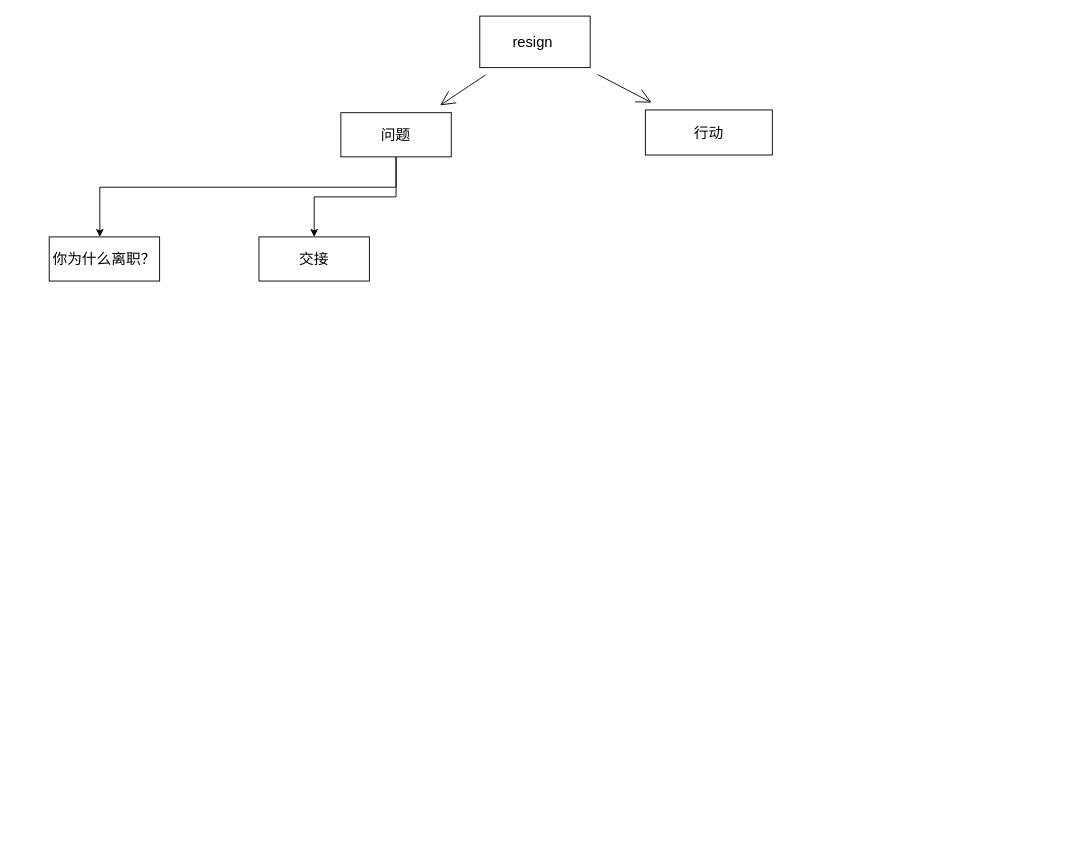
Above: 我是测试的.drawio in cyrious-007/logseq_1 (draw.io), before the change. Source tidied: cells renumbered, new cells numbered last; positions are measured from the earlier drawing's top-left corner, leaving out a move shared by most shapes. Both pictures are drawn from the tidied source at 92%, with x=0, y=0 at pixel (49, 16).
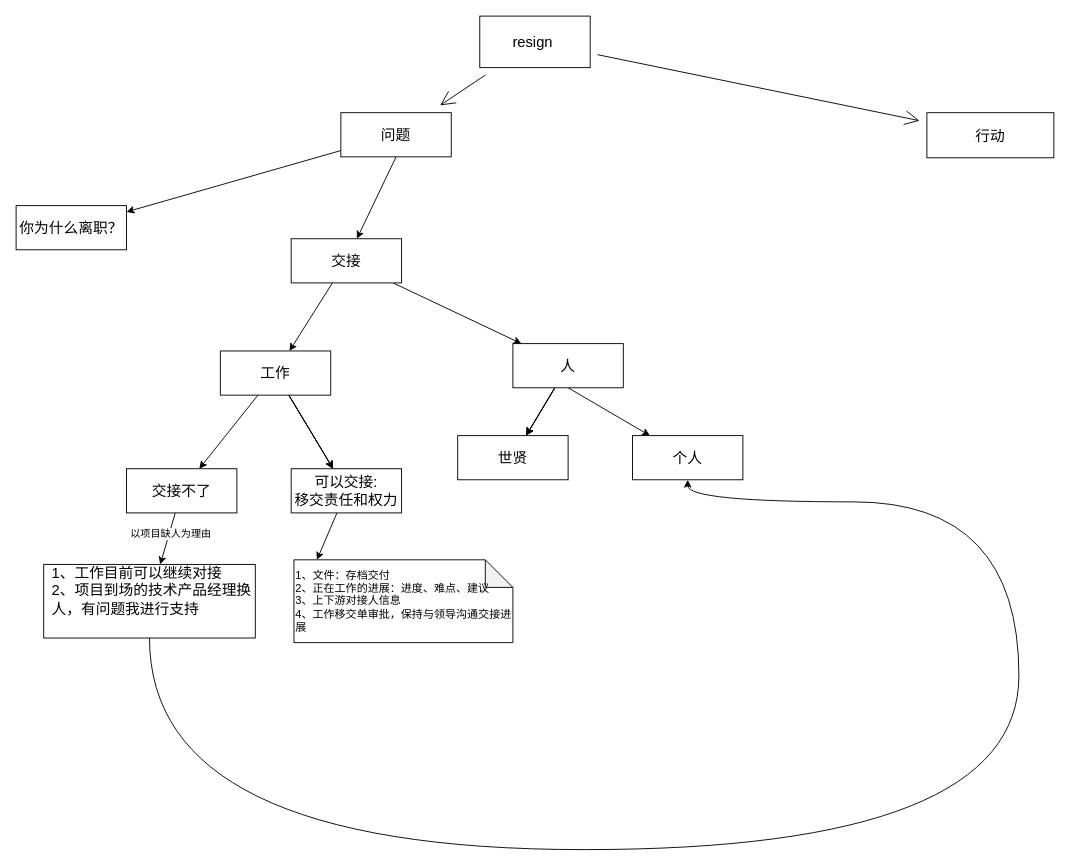
The same diagram, later.

Commit message:
更新我是测试的.drawio

Unchanged cells that the change refers to:
```xml
<mxCell id="4" value="resign&amp;nbsp;" style="whiteSpace=wrap;html=1;fontSize=16;" parent="1" vertex="1">
  <mxGeometry x="468" width="120" height="56" as="geometry" />
</mxCell>
<mxCell id="7" value="问题" style="whiteSpace=wrap;html=1;fontSize=16;" parent="1" vertex="1">
  <mxGeometry x="317" y="105" width="120" height="48" as="geometry" />
</mxCell>
```

What changed in the source:
```diff
@@
-    <mxCell id="2" style="edgeStyle=none;curved=1;rounded=0;jettySize=auto;html=1;fontSize=12;endArrow=open;startSize=14;endSize=14;sourcePerimeterSpacing=8;targetPerimeterSpacing=8;" parent="1" edge="1" source="4" target="7">
+    <mxCell id="2" style="rounded=1;jettySize=auto;html=1;fontSize=12;endArrow=open;startSize=14;endSize=14;sourcePerimeterSpacing=8;targetPerimeterSpacing=8;" parent="1" edge="1" source="4" target="7">
       <mxGeometry relative="1" as="geometry" />
     </mxCell>
-    <mxCell id="3" style="edgeStyle=none;curved=1;rounded=0;jettySize=auto;html=1;fontSize=12;endArrow=open;startSize=14;endSize=14;sourcePerimeterSpacing=8;targetPerimeterSpacing=8;" parent="1" edge="1" source="4" target="8">
+    <mxCell id="3" style="rounded=1;jettySize=auto;html=1;fontSize=12;endArrow=open;startSize=14;endSize=14;sourcePerimeterSpacing=8;targetPerimeterSpacing=8;" parent="1" edge="1" source="4" target="8">
       <mxGeometry relative="1" as="geometry" />
     </mxCell>
@@
-    <mxCell id="5" style="edgeStyle=orthogonalEdgeStyle;rounded=0;jettySize=auto;html=1;" parent="1" edge="1" source="7" target="9">
-      <mxGeometry relative="1" as="geometry">
-        <Array as="points">
-          <mxPoint x="377" y="186" />
-          <mxPoint x="55" y="186" />
-        </Array>
-      </mxGeometry>
+    <mxCell id="5" style="rounded=1;jettySize=auto;html=1;" parent="1" edge="1" source="7" target="9">
+      <mxGeometry relative="1" as="geometry" />
     </mxCell>
-    <mxCell id="6" style="edgeStyle=orthogonalEdgeStyle;rounded=0;jettySize=auto;html=1;exitX=0.5;exitY=1;exitDx=0;exitDy=0;" parent="1" edge="1" source="7" target="10">
+    <mxCell id="6" style="rounded=1;jettySize=auto;html=1;exitX=0.5;exitY=1;exitDx=0;exitDy=0;" parent="1" edge="1" source="7" target="10">
       <mxGeometry relative="1" as="geometry" />
     </mxCell>
@@
     <mxCell id="8" value="行动" style="whiteSpace=wrap;html=1;fontSize=16;" parent="1" vertex="1">
-      <mxGeometry x="648" y="102" width="138" height="49" as="geometry" />
+      <mxGeometry x="954" y="105" width="138" height="49" as="geometry" />
     </mxCell>
     <mxCell id="9" value="你为什么离职？" style="whiteSpace=wrap;html=1;fontSize=16;" parent="1" vertex="1">
-      <mxGeometry y="240" width="120" height="48" as="geometry" />
+      <mxGeometry x="-36" y="206" width="120" height="48" as="geometry" />
     </mxCell>
+    <mxCell id="11" style="rounded=1;jettySize=auto;html=1;" parent="1" edge="1" source="10" target="17">
+      <mxGeometry relative="1" as="geometry" />
+    </mxCell>
+    <mxCell id="12" style="rounded=1;jettySize=auto;html=1;" parent="1" edge="1" source="10" target="22">
+      <mxGeometry relative="1" as="geometry" />
+    </mxCell>
     <mxCell id="10" value="交接" style="whiteSpace=wrap;html=1;fontSize=16;" parent="1" vertex="1">
-      <mxGeometry x="228" y="240" width="120" height="48" as="geometry" />
+      <mxGeometry x="263" y="242" width="120" height="48" as="geometry" />
     </mxCell>
+    <mxCell id="13" style="rounded=1;jettySize=auto;html=1;" parent="1" edge="1" source="17" target="24">
+      <mxGeometry relative="1" as="geometry" />
+    </mxCell>
+    <mxCell id="14" style="rounded=1;jettySize=auto;html=1;" parent="1" edge="1" source="17" target="24">
+      <mxGeometry relative="1" as="geometry" />
+    </mxCell>
+    <mxCell id="15" style="rounded=1;jettySize=auto;html=1;" parent="1" edge="1" source="17" target="24">
+      <mxGeometry relative="1" as="geometry" />
+    </mxCell>
+    <mxCell id="16" style="rounded=1;jettySize=auto;html=1;" parent="1" edge="1" source="17" target="27">
+      <mxGeometry relative="1" as="geometry" />
+    </mxCell>
+    <mxCell id="17" value="工作" style="whiteSpace=wrap;html=1;fontSize=16;" parent="1" vertex="1">
+      <mxGeometry x="186" y="364" width="120" height="48" as="geometry" />
+    </mxCell>
+    <mxCell id="18" style="edgeStyle=none;rounded=1;jettySize=auto;html=1;" parent="1" edge="1" source="22" target="31">
+      <mxGeometry relative="1" as="geometry" />
+    </mxCell>
+    <mxCell id="19" style="edgeStyle=none;rounded=1;jettySize=auto;html=1;" parent="1" edge="1" source="22" target="31">
+      <mxGeometry relative="1" as="geometry" />
+    </mxCell>
+    <mxCell id="20" style="edgeStyle=none;rounded=1;jettySize=auto;html=1;" parent="1" edge="1" source="22" target="31">
+      <mxGeometry relative="1" as="geometry" />
+    </mxCell>
+    <mxCell id="21" style="edgeStyle=none;rounded=1;jettySize=auto;html=1;exitX=0.5;exitY=1;exitDx=0;exitDy=0;" parent="1" edge="1" source="22" target="32">
+      <mxGeometry relative="1" as="geometry" />
+    </mxCell>
+    <mxCell id="22" value="人" style="whiteSpace=wrap;html=1;fontSize=16;" parent="1" vertex="1">
+      <mxGeometry x="504" y="356" width="120" height="48" as="geometry" />
+    </mxCell>
+    <mxCell id="23" style="edgeStyle=none;rounded=1;jettySize=auto;html=1;entryX=0;entryY=0;entryDx=25;entryDy=0;entryPerimeter=0;" parent="1" edge="1" source="24" target="28">
+      <mxGeometry relative="1" as="geometry" />
+    </mxCell>
+    <mxCell id="24" value="可以交接:&lt;br&gt;移交责任和权力" style="whiteSpace=wrap;html=1;fontSize=16;" parent="1" vertex="1">
+      <mxGeometry x="263" y="492" width="120" height="48" as="geometry" />
+    </mxCell>
+    <mxCell id="25" style="edgeStyle=none;rounded=1;jettySize=auto;html=1;" parent="1" edge="1" source="27" target="30">
+      <mxGeometry relative="1" as="geometry" />
+    </mxCell>
+    <mxCell id="26" value="以项目缺人为理由" style="edgeLabel;html=1;align=center;verticalAlign=middle;" parent="25" vertex="1">
+      <mxGeometry x="-0.21" y="1" relative="1" as="geometry" />
+    </mxCell>
+    <mxCell id="27" value="交接不了" style="whiteSpace=wrap;html=1;fontSize=16;" parent="1" vertex="1">
+      <mxGeometry x="84" y="492" width="120" height="48" as="geometry" />
+    </mxCell>
+    <mxCell id="28" value="1、文件：存档交付&lt;br&gt;2、正在工作的进展：进度、难点、建议&lt;br&gt;3、上下游对接人信息&lt;br&gt;4、工作移交单审批，保持与领导沟通交接进展" style="shape=note;whiteSpace=wrap;html=1;backgroundOutline=1;darkOpacity=0.05;align=left;" parent="1" vertex="1">
+      <mxGeometry x="266" y="591" width="238" height="90" as="geometry" />
+    </mxCell>
+    <mxCell id="29" style="edgeStyle=orthogonalEdgeStyle;rounded=1;jettySize=auto;html=1;curved=1;" parent="1" edge="1" source="30" target="32">
+      <mxGeometry relative="1" as="geometry">
+        <Array as="points">
+          <mxPoint x="109" y="906" />
+          <mxPoint x="1054" y="906" />
+          <mxPoint x="1054" y="528" />
+        </Array>
+      </mxGeometry>
+    </mxCell>
+    <mxCell id="30" value="&lt;table&gt;&lt;tbody&gt;&lt;tr&gt;&lt;td&gt;&lt;br&gt;&lt;/td&gt;&lt;td&gt;1、工作目前可以继续对接&lt;br&gt;2、项目到场的技术产品经理换人，有问题我进行支持&lt;br&gt;&lt;/td&gt;&lt;/tr&gt;&lt;tr&gt;&lt;td&gt;&lt;br&gt;&lt;/td&gt;&lt;td&gt;&lt;br&gt;&lt;/td&gt;&lt;/tr&gt;&lt;/tbody&gt;&lt;/table&gt;" style="whiteSpace=wrap;html=1;fontSize=16;align=left;" parent="1" vertex="1">
+      <mxGeometry x="-6" y="596" width="230" height="80" as="geometry" />
+    </mxCell>
+    <mxCell id="31" value="世贤" style="whiteSpace=wrap;html=1;fontSize=16;" parent="1" vertex="1">
+      <mxGeometry x="444" y="456" width="120" height="48" as="geometry" />
+    </mxCell>
+    <mxCell id="32" value="个人" style="whiteSpace=wrap;html=1;fontSize=16;" parent="1" vertex="1">
+      <mxGeometry x="634" y="456" width="120" height="48" as="geometry" />
+    </mxCell>
```
